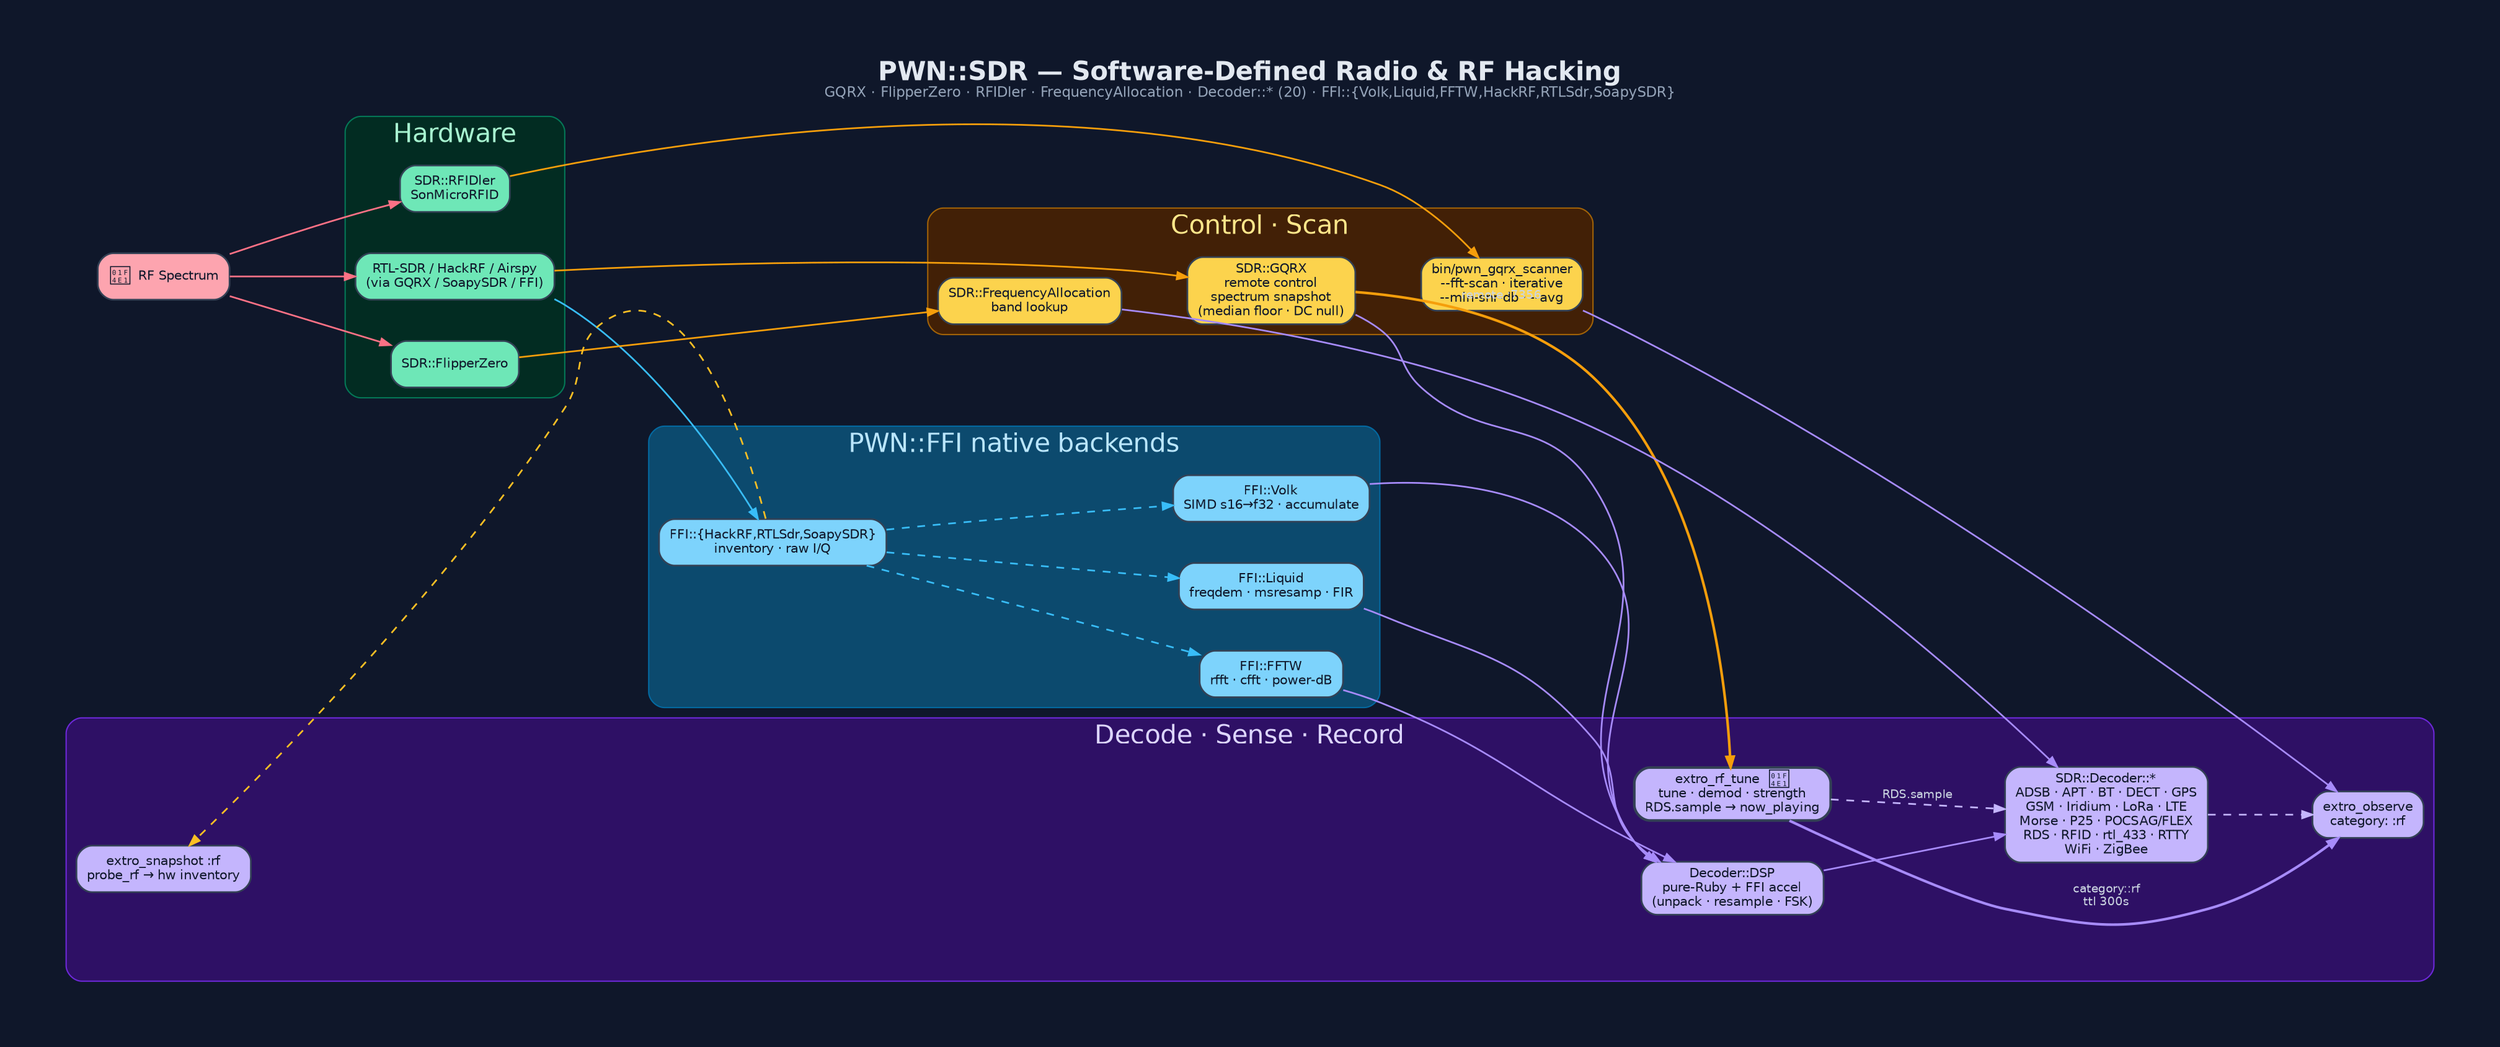
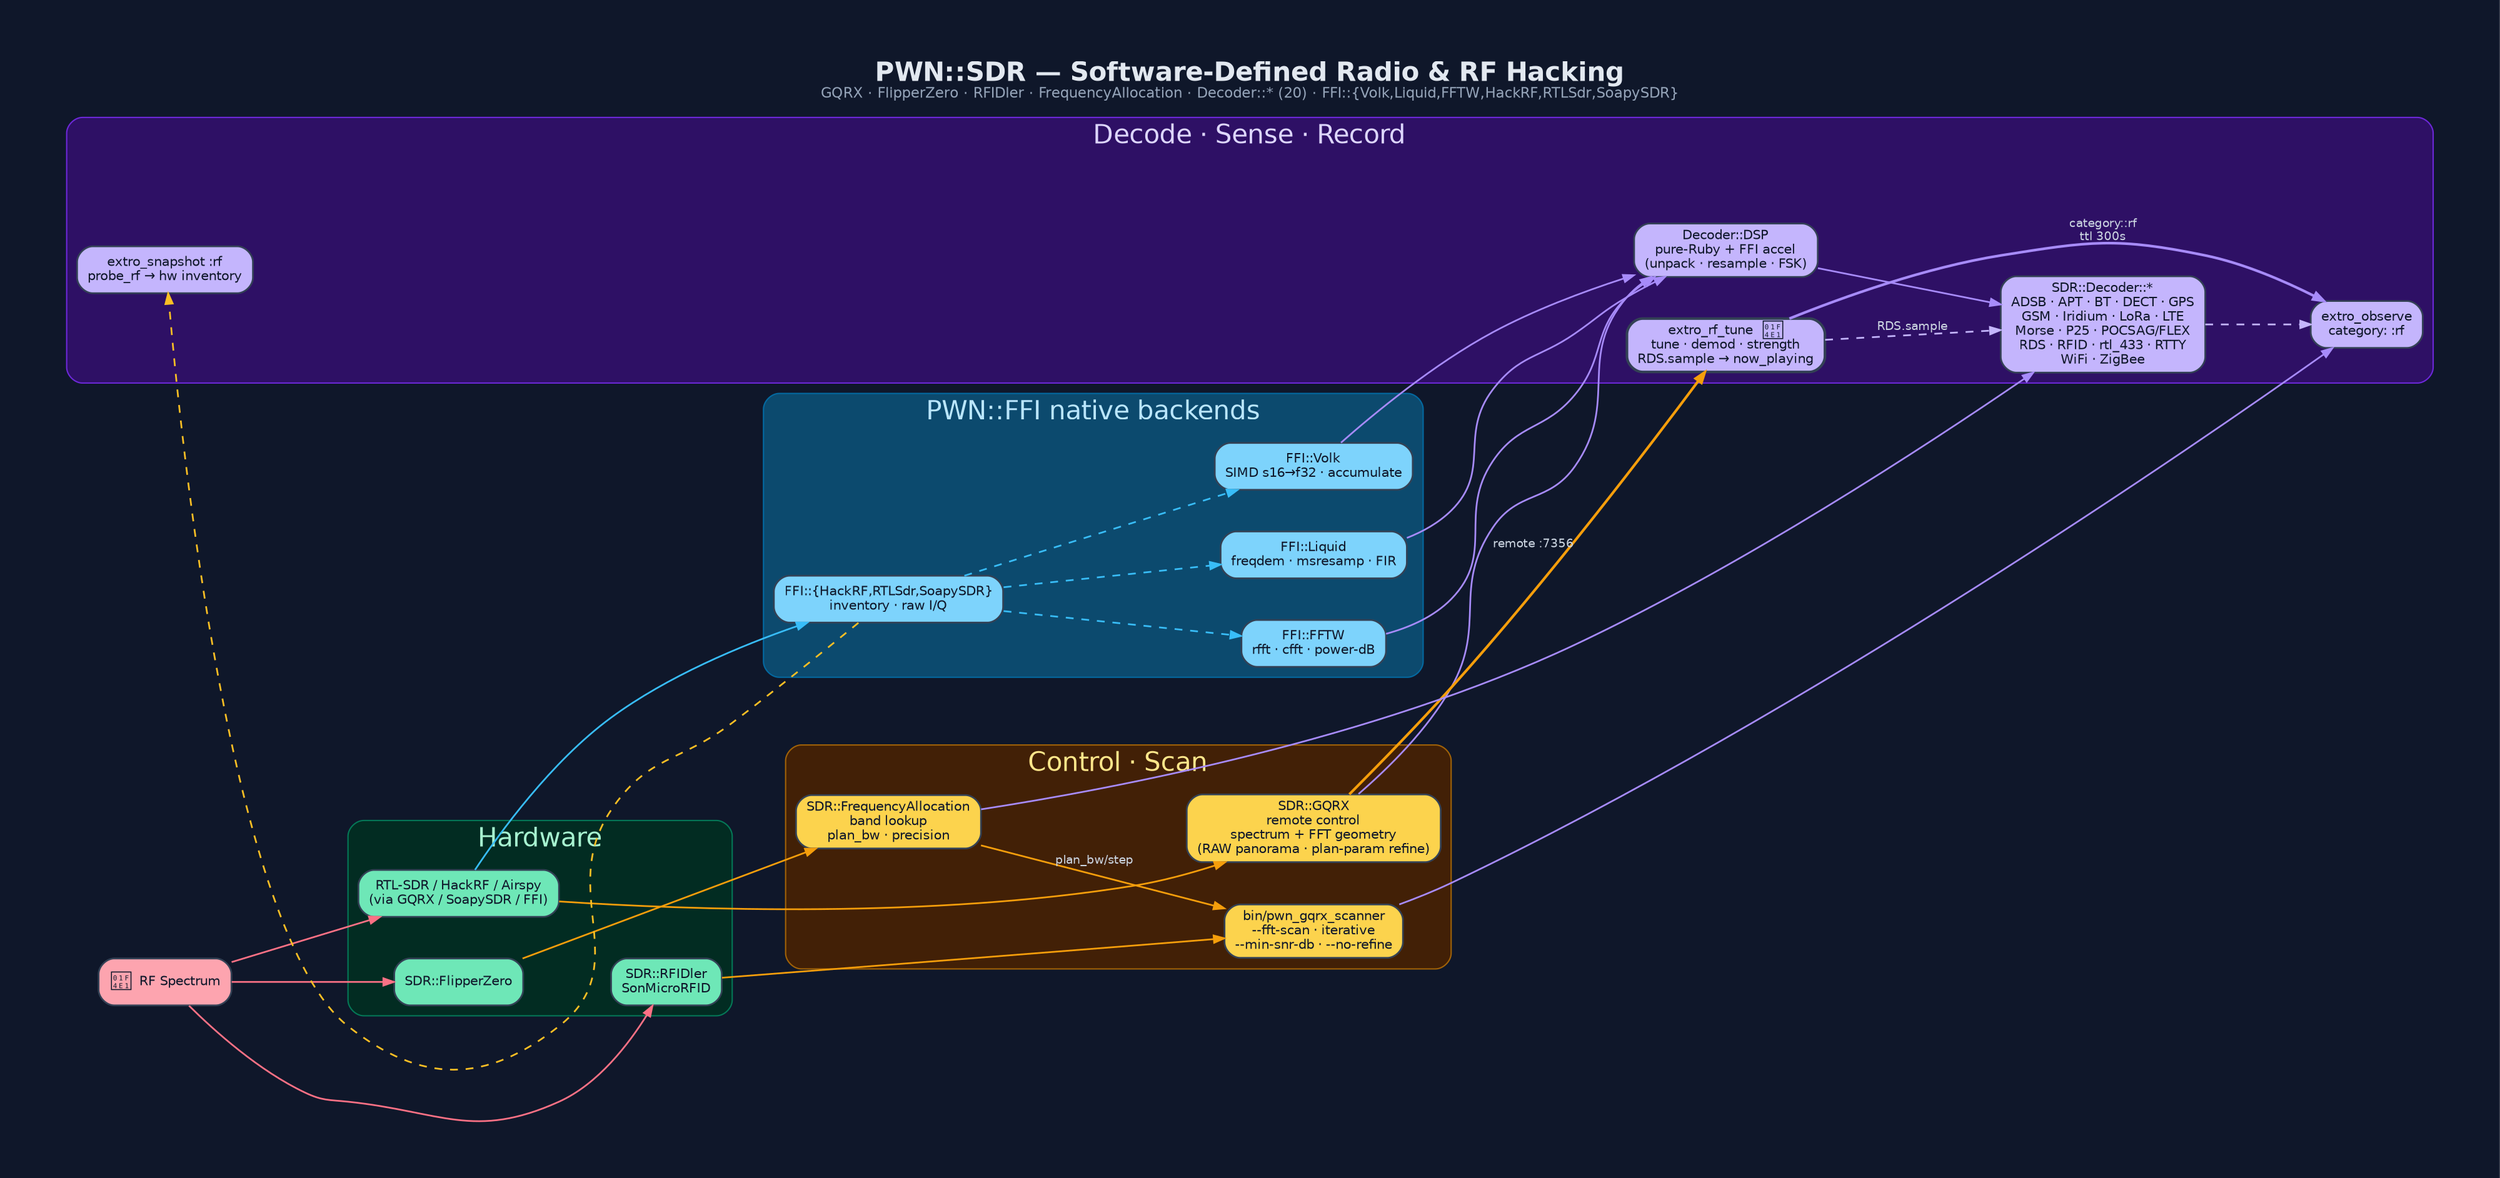
digraph "PWN_SDR" {
  graph [
    label=<<B>PWN::SDR — Software-Defined Radio &amp; RF Hacking</B><BR/><FONT POINT-SIZE="11" COLOR="#94a3b8">GQRX · FlipperZero · RFIDler · FrequencyAllocation · Decoder::* (20) · FFI::{Volk,Liquid,FFTW,HackRF,RTLSdr,SoapySDR}</FONT>>,
    labelloc=t, fontsize=20, fontname="Helvetica",
    rankdir=LR, splines=spline, nodesep=0.45, ranksep=1.1,
    bgcolor="#0f172a", fontcolor="#e2e8f0", pad=0.6, newrank=true
  ];
  node [fontname="Helvetica", fontsize=10, style="filled,rounded",
        shape=box, penwidth=1.3, color="#334155", fontcolor="#0f172a"];
  edge [fontname="Helvetica", fontsize=9, color="#94a3b8",
        fontcolor="#cbd5e1", penwidth=1.3, arrowsize=0.8];

  RF [label="📡  RF Spectrum", fillcolor="#fda4af"];

  subgraph cluster_hw {
    label="Hardware"; fontcolor="#a7f3d0"; style=rounded;
    color="#047857"; bgcolor="#022c22";
    SDRhw   [label="RTL-SDR / HackRF / Airspy\n(via GQRX / SoapySDR / FFI)", fillcolor="#6ee7b7"];
    Flipper [label="SDR::FlipperZero", fillcolor="#6ee7b7"];
    RFID    [label="SDR::RFIDler\nSonMicroRFID", fillcolor="#6ee7b7"];
  }
  subgraph cluster_ffi {
    label="PWN::FFI native backends"; fontcolor="#bae6fd"; style=rounded;
    color="#0369a1"; bgcolor="#0c4a6e";
    Volk   [label="FFI::Volk\nSIMD s16→f32 · accumulate", fillcolor="#7dd3fc"];
    Liquid [label="FFI::Liquid\nfreqdem · msresamp · FIR", fillcolor="#7dd3fc"];
    FFTW   [label="FFI::FFTW\nrfft · cfft · power-dB", fillcolor="#7dd3fc"];
    Front  [label="FFI::{HackRF,RTLSdr,SoapySDR}\ninventory · raw I/Q", fillcolor="#7dd3fc"];
  }
  subgraph cluster_ctrl {
    label="Control · Scan"; fontcolor="#fde68a"; style=rounded;
    color="#a16207"; bgcolor="#422006";
-     GQRX  [label="SDR::GQRX\nremote control\nspectrum snapshot\n(median floor · DC null)", fillcolor="#fcd34d"];
-     Freq  [label="SDR::FrequencyAllocation\nband lookup", fillcolor="#fcd34d"];
-     Scan  [label="bin/pwn_gqrx_scanner\n--fft-scan · iterative\n--min-snr-db · --avg", fillcolor="#fcd34d"];
+     GQRX  [label="SDR::GQRX\nremote control\nspectrum + FFT geometry\n(RAW panorama · plan-param refine)", fillcolor="#fcd34d"];
+     Freq  [label="SDR::FrequencyAllocation\nband lookup\nplan_bw · precision", fillcolor="#fcd34d"];
+     Scan  [label="bin/pwn_gqrx_scanner\n--fft-scan · iterative\n--min-snr-db · --no-refine", fillcolor="#fcd34d"];
  }
  subgraph cluster_dec {
    label="Decode · Sense · Record"; fontcolor="#ddd6fe"; style=rounded;
    color="#6d28d9"; bgcolor="#2e1065";
    DSP [label="Decoder::DSP\npure-Ruby + FFI accel\n(unpack · resample · FSK)", fillcolor="#c4b5fd"];
    Dec [label="SDR::Decoder::*\nADSB · APT · BT · DECT · GPS\nGSM · Iridium · LoRa · LTE\nMorse · P25 · POCSAG/FLEX\nRDS · RFID · rtl_433 · RTTY\nWiFi · ZigBee", fillcolor="#c4b5fd"];
    Obs [label="extro_observe\ncategory: :rf", fillcolor="#c4b5fd"];
    Xrf [label="extro_snapshot :rf\nprobe_rf → hw inventory", fillcolor="#c4b5fd"];
    Tune[label="extro_rf_tune  📡\ntune · demod · strength\nRDS.sample → now_playing", fillcolor="#c4b5fd", penwidth=2];
  }

  RF -> SDRhw   [color="#fb7185"];
  RF -> Flipper [color="#fb7185"];
  RF -> RFID    [color="#fb7185"];
  SDRhw -> Front [color="#38bdf8"];
  SDRhw -> GQRX  [color="#f59e0b"];
  Front -> Volk   [style=dashed, color="#38bdf8"];
  Front -> Liquid [style=dashed, color="#38bdf8"];
  Front -> FFTW   [style=dashed, color="#38bdf8"];
  Volk   -> DSP [color="#a78bfa"];
  Liquid -> DSP [color="#a78bfa"];
  FFTW   -> DSP [color="#a78bfa"];
  GQRX -> DSP [color="#a78bfa"];
  GQRX -> Tune [label="remote :7356", color="#f59e0b", penwidth=2];
  DSP  -> Dec [color="#a78bfa"];
  Freq -> Dec [color="#a78bfa"];
  Flipper -> Freq [color="#f59e0b"];
  RFID  -> Scan [color="#f59e0b"];
+   Freq  -> Scan [label="plan_bw/step", color="#f59e0b"];
  Scan  -> Obs  [color="#a78bfa"];
  Front -> Xrf  [style=dashed, color="#fbbf24", constraint=false];
  Dec   -> Obs  [style=dashed, color="#c4b5fd"];
  Tune  -> Obs  [label="category::rf\nttl 300s", color="#a78bfa", penwidth=2];
  Tune  -> Dec  [label="RDS.sample", style=dashed, color="#c4b5fd"];
}
